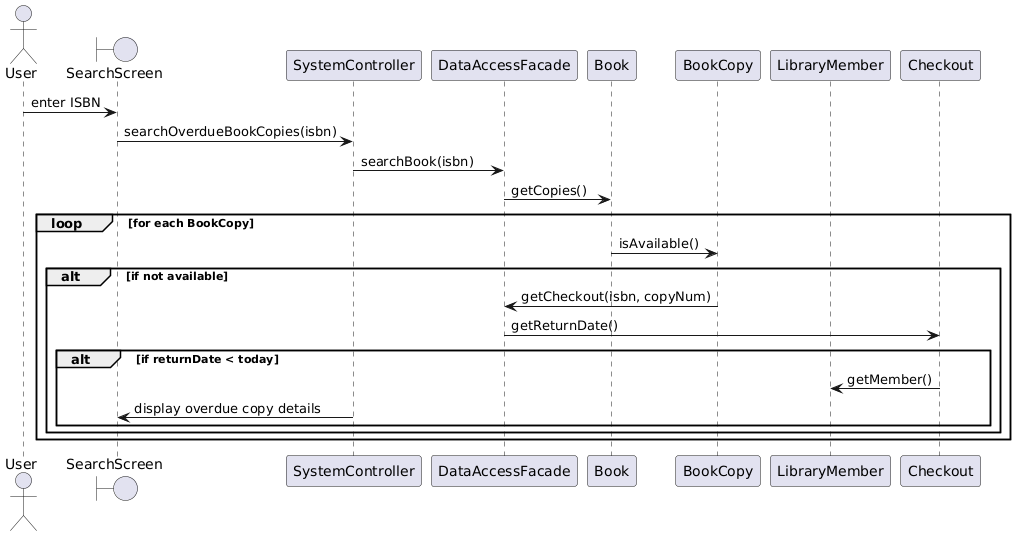
mohammed-almassri/LibraryGroupD keeps this PlantUML diagram as src/uml/seq3-opt.png. Above is the earlier version.
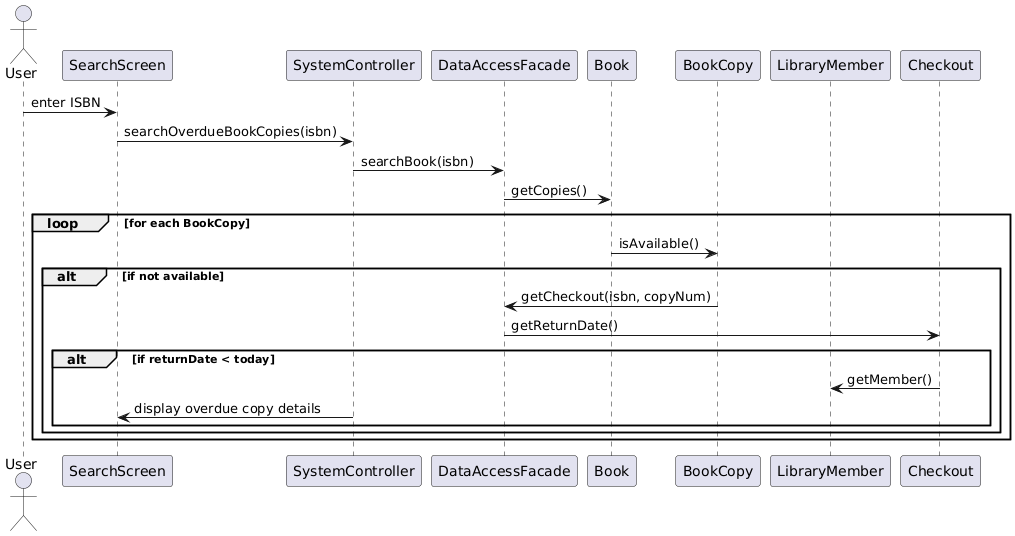
Later version of the same file.

The edit, as a diff of the source:
```diff
@@ -1,7 +1,7 @@
 @startuml
 actor User
 
-boundary SearchScreen
+participant SearchScreen
 participant SystemController
 participant DataAccessFacade
 participant Book
```
